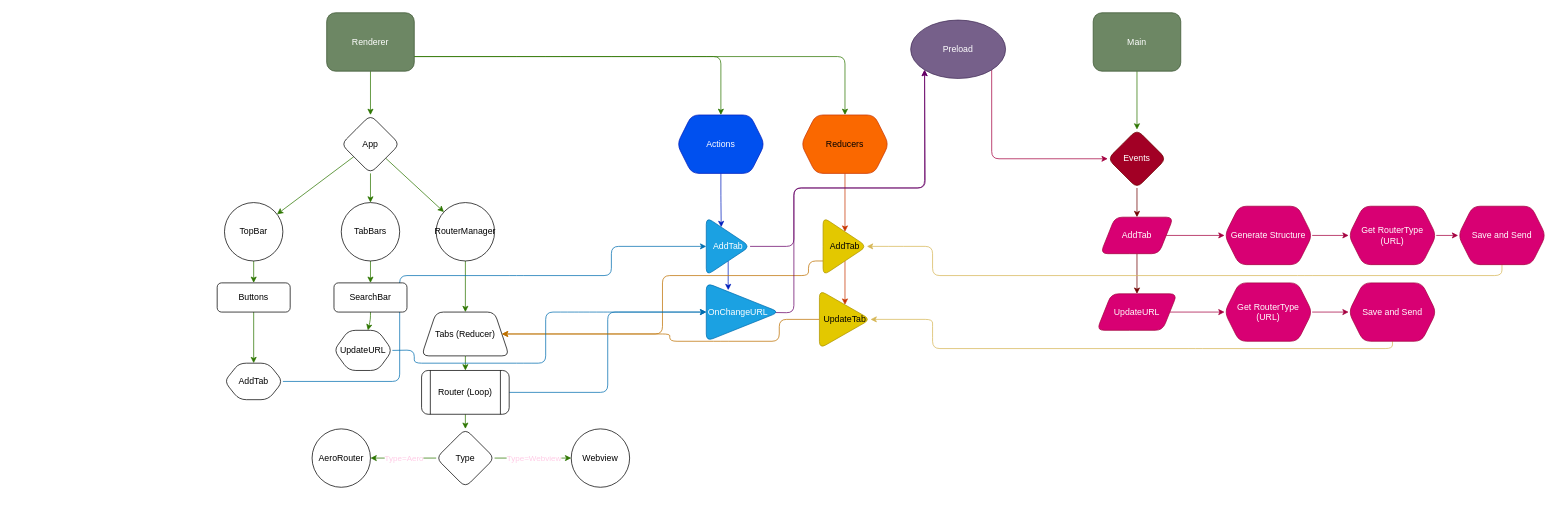
Before: Drawio/router.drawio in FrostBreker/AeroBrowser, a draw.io diagram. Source tidied: cells renumbered, new cells numbered last; positions are measured from the earlier drawing's top-left corner, leaving out a move shared by most shapes. Both pictures are drawn from the tidied source at 73%, with x=0, y=0 at pixel (217, 12).
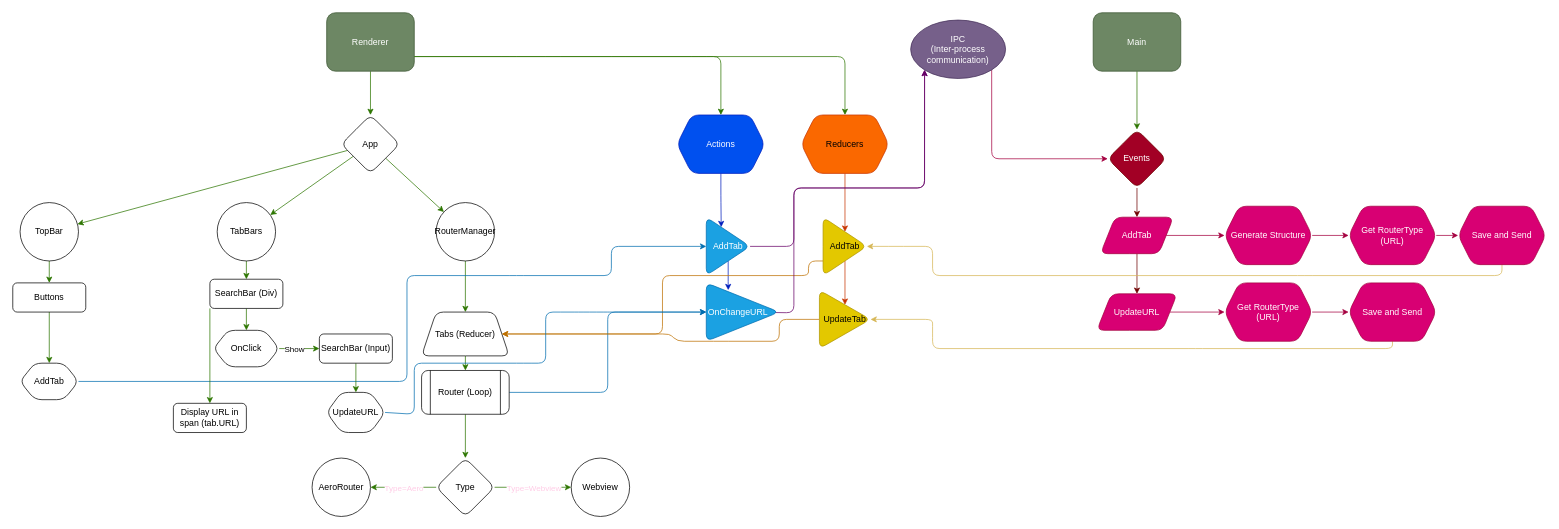
After the change.

Commit message:
Continue working on router arch

Unchanged cells that the change refers to:
```xml
<mxCell id="21" value="Tabs (Reducer)" style="shape=trapezoid;perimeter=trapezoidPerimeter;whiteSpace=wrap;html=1;fixedSize=1;rounded=1;" parent="1" vertex="1">
  <mxGeometry x="280" y="410" width="120" height="60" as="geometry" />
</mxCell>
<mxCell id="34" value="AddTab" style="triangle;whiteSpace=wrap;html=1;rounded=1;rotation=0;fillColor=#1ba1e2;fontColor=#ffffff;strokeColor=#006EAF;" parent="1" vertex="1">
  <mxGeometry x="670" y="280" width="60" height="80" as="geometry" />
</mxCell>
<mxCell id="57" value="UpdateTab" style="triangle;whiteSpace=wrap;html=1;rounded=1;rotation=0;fillColor=#e3c800;fontColor=#000000;strokeColor=#B09500;" parent="1" vertex="1">
  <mxGeometry x="825" y="380" width="70" height="80" as="geometry" />
</mxCell>
<mxCell id="66" value="OnChangeURL" style="triangle;rounded=1;rotation=0;fillColor=#1ba1e2;fontColor=#ffffff;strokeColor=#006EAF;labelPosition=center;verticalLabelPosition=middle;align=center;verticalAlign=middle;whiteSpace=wrap;html=1;spacingTop=0;spacingLeft=-13;" parent="1" vertex="1">
  <mxGeometry x="670" y="370" width="100" height="80" as="geometry" />
</mxCell>
```

Diff of the diagram source:
```diff
@@
-    <mxCell id="8" value="Preload" style="ellipse;whiteSpace=wrap;html=1;rounded=1;fillColor=#76608a;fontColor=#ffffff;strokeColor=#432D57;" parent="1" vertex="1">
+    <mxCell id="8" value="IPC &lt;br&gt;(Inter-process communication)" style="ellipse;whiteSpace=wrap;html=1;rounded=1;fillColor=#76608a;fontColor=#ffffff;strokeColor=#432D57;" parent="1" vertex="1">
       <mxGeometry x="950" y="10" width="130" height="80" as="geometry" />
     </mxCell>
@@
     <mxCell id="17" value="TopBar" style="ellipse;whiteSpace=wrap;html=1;rounded=1;" parent="1" vertex="1">
-      <mxGeometry x="10" y="260" width="80" height="80" as="geometry" />
+      <mxGeometry x="-270" y="260" width="80" height="80" as="geometry" />
     </mxCell>
-    <mxCell id="18" style="edgeStyle=none;rounded=1;jumpStyle=none;html=1;exitX=0.5;exitY=1;exitDx=0;exitDy=0;entryX=0.5;entryY=0;entryDx=0;entryDy=0;strokeColor=#2D7600;fontFamily=Helvetica;fontColor=#FFCCE6;startArrow=none;startFill=0;elbow=vertical;fillColor=#60a917;" parent="1" edge="1" source="19" target="68">
+    <mxCell id="18" style="edgeStyle=none;html=1;exitX=0.5;exitY=1;exitDx=0;exitDy=0;fillColor=#60a917;strokeColor=#2D7600;" parent="1" edge="1" source="19" target="68">
       <mxGeometry relative="1" as="geometry" />
     </mxCell>
     <mxCell id="19" value="TabBars" style="ellipse;whiteSpace=wrap;html=1;rounded=1;" parent="1" vertex="1">
-      <mxGeometry x="170" y="260" width="80" height="80" as="geometry" />
+      <mxGeometry y="260" width="80" height="80" as="geometry" />
     </mxCell>
@@
     <mxCell id="29" value="Buttons" style="rounded=1;whiteSpace=wrap;html=1;" parent="1" vertex="1">
-      <mxGeometry y="370" width="100" height="40" as="geometry" />
+      <mxGeometry x="-280" y="370" width="100" height="40" as="geometry" />
     </mxCell>
     <mxCell id="30" style="edgeStyle=none;html=1;exitX=1;exitY=0.5;exitDx=0;exitDy=0;entryX=0;entryY=0.5;entryDx=0;entryDy=0;fillColor=#1ba1e2;strokeColor=#006EAF;" parent="1" edge="1" source="31" target="34">
       <mxGeometry relative="1" as="geometry">
         <Array as="points">
-          <mxPoint x="250" y="505" />
-          <mxPoint x="250" y="360" />
+          <mxPoint x="260" y="505" />
+          <mxPoint x="260" y="360" />
           <mxPoint x="410" y="360" />
           <mxPoint x="540" y="360" />
           <mxPoint x="540" y="320" />
         </Array>
       </mxGeometry>
     </mxCell>
     <mxCell id="31" value="AddTab" style="shape=hexagon;perimeter=hexagonPerimeter2;whiteSpace=wrap;html=1;fixedSize=1;rounded=1;" parent="1" vertex="1">
-      <mxGeometry x="10" y="480" width="80" height="50" as="geometry" />
+      <mxGeometry x="-270" y="480" width="80" height="50" as="geometry" />
     </mxCell>
@@
     <mxCell id="56" style="edgeStyle=none;html=1;exitX=0;exitY=0.5;exitDx=0;exitDy=0;entryX=1;entryY=0.5;entryDx=0;entryDy=0;strokeColor=#BD7000;" parent="1" edge="1" source="57" target="21">
       <mxGeometry relative="1" as="geometry">
         <Array as="points">
           <mxPoint x="770" y="420" />
           <mxPoint x="770" y="450" />
           <mxPoint x="690" y="450" />
-          <mxPoint x="620" y="450" />
+          <mxPoint x="630" y="450" />
           <mxPoint x="620" y="440" />
         </Array>
       </mxGeometry>
     </mxCell>
@@
     <mxCell id="62" value="Type" style="rhombus;whiteSpace=wrap;html=1;rounded=1;" parent="1" vertex="1">
-      <mxGeometry x="300" y="570" width="80" height="80" as="geometry" />
+      <mxGeometry x="300" y="610" width="80" height="80" as="geometry" />
     </mxCell>
     <mxCell id="63" value="Webview" style="ellipse;whiteSpace=wrap;html=1;rounded=1;" parent="1" vertex="1">
-      <mxGeometry x="485" y="570" width="80" height="80" as="geometry" />
+      <mxGeometry x="485" y="610" width="80" height="80" as="geometry" />
     </mxCell>
     <mxCell id="64" value="AeroRouter" style="ellipse;whiteSpace=wrap;html=1;rounded=1;" parent="1" vertex="1">
-      <mxGeometry x="130" y="570" width="80" height="80" as="geometry" />
+      <mxGeometry x="130" y="610" width="80" height="80" as="geometry" />
     </mxCell>
     <mxCell id="65" style="html=1;exitX=0.944;exitY=0.508;exitDx=0;exitDy=0;strokeColor=#660066;fontFamily=Helvetica;fontColor=#FFCCE6;startArrow=none;startFill=0;elbow=vertical;rounded=1;jumpStyle=none;exitPerimeter=0;entryX=0;entryY=1;entryDx=0;entryDy=0;" parent="1" edge="1" source="66" target="8">
       <mxGeometry relative="1" as="geometry">
         <Array as="points">
           <mxPoint x="790" y="411" />
           <mxPoint x="790" y="240" />
-          <mxPoint x="970" y="240" />
+          <mxPoint x="969" y="240" />
         </Array>
       </mxGeometry>
     </mxCell>
@@
-    <mxCell id="67" style="edgeStyle=none;rounded=1;jumpStyle=none;html=1;strokeColor=#2D7600;fontFamily=Helvetica;fontColor=#FFCCE6;startArrow=none;startFill=0;elbow=vertical;fillColor=#60a917;" parent="1" edge="1" source="68" target="70">
-      <mxGeometry relative="1" as="geometry">
-        <Array as="points">
-          <mxPoint x="210" y="420" />
-        </Array>
-      </mxGeometry>
-    </mxCell>
+    <mxCell id="71" style="edgeStyle=none;html=1;exitX=0.5;exitY=1;exitDx=0;exitDy=0;entryX=0.5;entryY=0;entryDx=0;entryDy=0;fillColor=#60a917;strokeColor=#2D7600;" parent="1" edge="1" source="68" target="75">
+      <mxGeometry relative="1" as="geometry" />
+    </mxCell>
+    <mxCell id="72" style="edgeStyle=none;html=1;exitX=0;exitY=1;exitDx=0;exitDy=0;entryX=0.5;entryY=0;entryDx=0;entryDy=0;fillColor=#60a917;strokeColor=#2D7600;" parent="1" edge="1" source="68" target="78">
+      <mxGeometry relative="1" as="geometry" />
+    </mxCell>
-    <mxCell id="68" value="SearchBar" style="rounded=1;whiteSpace=wrap;html=1;" parent="1" vertex="1">
-      <mxGeometry x="160" y="370" width="100" height="40" as="geometry" />
+    <mxCell id="68" value="SearchBar (Div)" style="rounded=1;whiteSpace=wrap;html=1;" parent="1" vertex="1">
+      <mxGeometry x="-10" y="365" width="100" height="40" as="geometry" />
     </mxCell>
-    <mxCell id="69" style="edgeStyle=none;rounded=1;jumpStyle=none;html=1;exitX=1;exitY=0.5;exitDx=0;exitDy=0;strokeColor=#006EAF;fontFamily=Helvetica;fontColor=#FFCCE6;startArrow=none;startFill=0;elbow=vertical;fillColor=#1ba1e2;" parent="1" edge="1" source="70" target="66">
+    <mxCell id="69" style="edgeStyle=none;rounded=1;jumpStyle=none;html=1;strokeColor=#006EAF;fontFamily=Helvetica;fontColor=#FFCCE6;startArrow=none;startFill=0;elbow=vertical;fillColor=#1ba1e2;exitX=1;exitY=0.5;exitDx=0;exitDy=0;" parent="1" edge="1" source="70" target="66">
       <mxGeometry relative="1" as="geometry">
         <Array as="points">
-          <mxPoint x="270" y="462" />
+          <mxPoint x="270" y="550" />
           <mxPoint x="270" y="480" />
           <mxPoint x="420" y="480" />
           <mxPoint x="450" y="480" />
           <mxPoint x="450" y="410" />
           <mxPoint x="480" y="410" />
           <mxPoint x="500" y="410" />
           <mxPoint x="530" y="410" />
           <mxPoint x="540" y="410" />
         </Array>
       </mxGeometry>
     </mxCell>
     <mxCell id="70" value="UpdateURL" style="shape=hexagon;perimeter=hexagonPerimeter2;whiteSpace=wrap;html=1;fixedSize=1;rounded=1;" parent="1" vertex="1">
-      <mxGeometry x="160" y="435" width="80" height="55" as="geometry" />
+      <mxGeometry x="150" y="520" width="80" height="55" as="geometry" />
     </mxCell>
+    <mxCell id="73" style="edgeStyle=none;html=1;exitX=1;exitY=0.5;exitDx=0;exitDy=0;entryX=0;entryY=0.5;entryDx=0;entryDy=0;fillColor=#60a917;strokeColor=#2D7600;" parent="1" edge="1" source="75" target="77">
+      <mxGeometry relative="1" as="geometry" />
+    </mxCell>
+    <mxCell id="74" value="Show" style="edgeLabel;html=1;align=center;verticalAlign=middle;" parent="73" vertex="1">
+      <mxGeometry x="-0.28" relative="1" as="geometry" />
+    </mxCell>
+    <mxCell id="75" value="OnClick" style="shape=hexagon;perimeter=hexagonPerimeter2;whiteSpace=wrap;html=1;fixedSize=1;rounded=1;" parent="1" vertex="1">
+      <mxGeometry x="-5" y="435" width="90" height="50" as="geometry" />
+    </mxCell>
+    <mxCell id="76" style="edgeStyle=none;html=1;exitX=0.5;exitY=1;exitDx=0;exitDy=0;entryX=0.5;entryY=0;entryDx=0;entryDy=0;fillColor=#60a917;strokeColor=#2D7600;" parent="1" edge="1" source="77" target="70">
+      <mxGeometry relative="1" as="geometry" />
+    </mxCell>
+    <mxCell id="77" value="SearchBar (Input)" style="rounded=1;whiteSpace=wrap;html=1;" parent="1" vertex="1">
+      <mxGeometry x="140" y="440" width="100" height="40" as="geometry" />
+    </mxCell>
+    <mxCell id="78" value="Display URL in span (tab.URL)" style="rounded=1;whiteSpace=wrap;html=1;" parent="1" vertex="1">
+      <mxGeometry x="-60" y="535" width="100" height="40" as="geometry" />
+    </mxCell>
```
